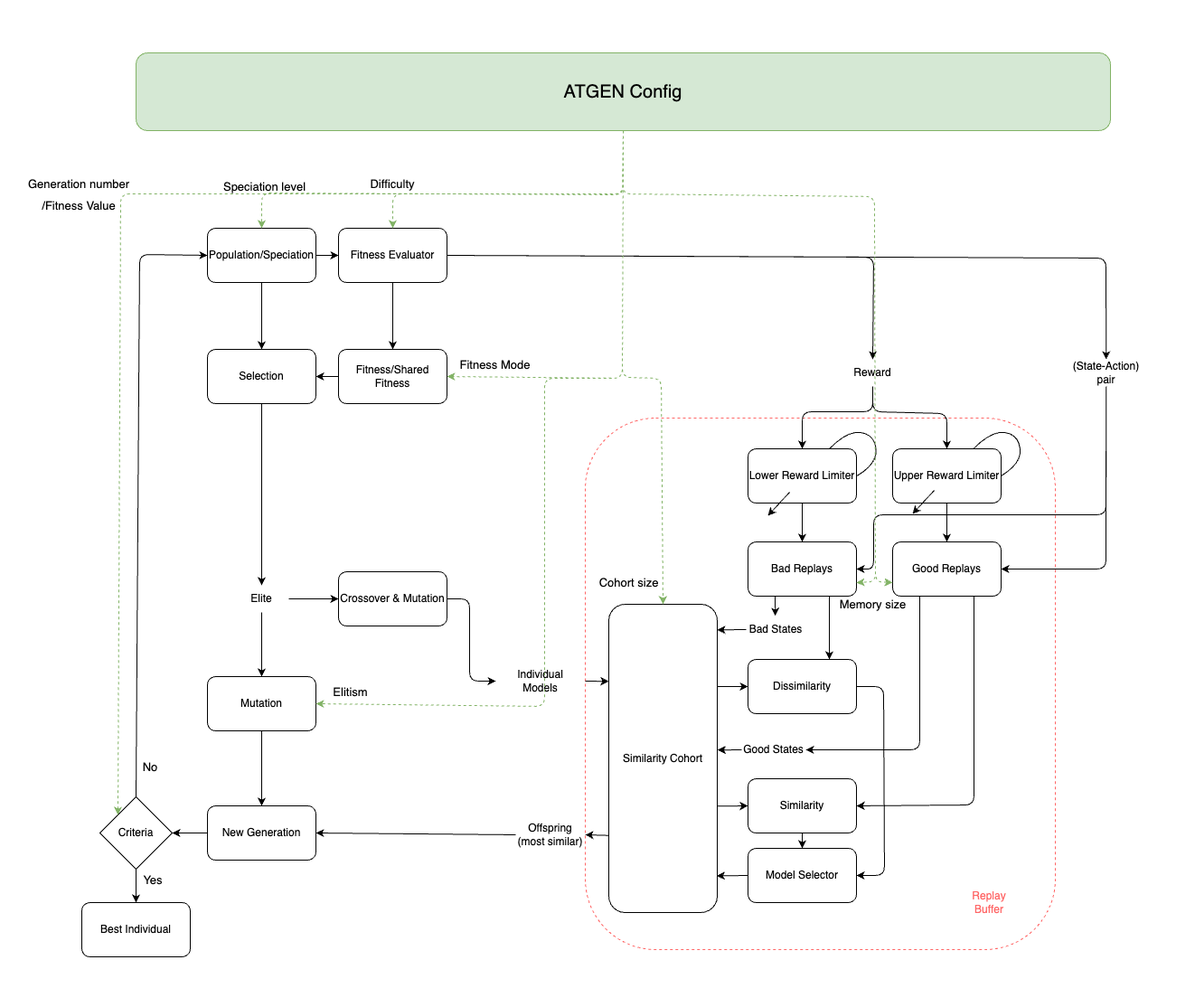
This is FrameWork.png from AhmedBoin/atgen, a draw.io export, as it was before one commit. Source tidied: cells renumbered, new cells last; positions are measured from the earlier drawing's top-left corner, leaving out a move shared by most shapes.
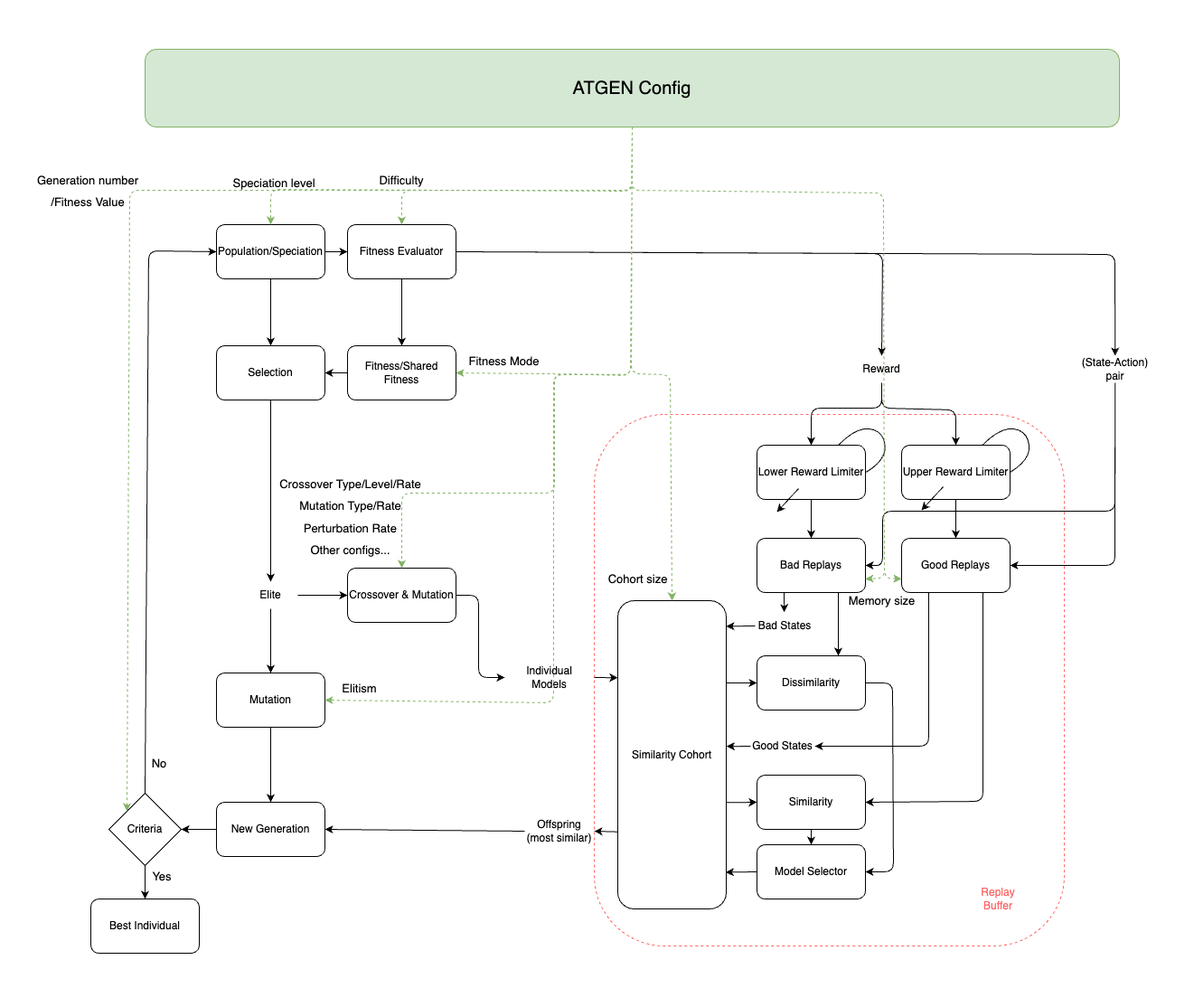
Above is the later version.

Diff of the diagram source:
```diff
@@ -2,6 +2,9 @@
   <root>
     <mxCell id="0" />
     <mxCell id="1" parent="0" />
+    <mxCell id="84" style="rounded=0;whiteSpace=wrap;html=1;dashed=1;fontSize=13;fillColor=none;strokeColor=none;" parent="1" vertex="1">
+      <mxGeometry x="-10" y="4" width="1320" height="1113" as="geometry" />
+    </mxCell>
     <mxCell id="2" style="rounded=1;whiteSpace=wrap;html=1;dashed=1;fillColor=none;strokeColor=#FF6666;" parent="1" vertex="1">
       <mxGeometry x="647" y="462" width="520" height="588" as="geometry" />
     </mxCell>
@@ -321,6 +324,16 @@
         </Array>
       </mxGeometry>
     </mxCell>
+    <mxCell id="85" style="edgeStyle=none;html=1;exitX=0.5;exitY=1;exitDx=0;exitDy=0;entryX=0.5;entryY=0;entryDx=0;entryDy=0;fillColor=#d5e8d4;strokeColor=#82b366;dashed=1;" parent="1" edge="1" source="71" target="53">
+      <mxGeometry relative="1" as="geometry">
+        <Array as="points">
+          <mxPoint x="687" y="419" />
+          <mxPoint x="603" y="417" />
+          <mxPoint x="603" y="549" />
+          <mxPoint x="434" y="549" />
+        </Array>
+      </mxGeometry>
+    </mxCell>
     <mxCell id="71" value="&lt;font style=&quot;font-size: 20px;&quot; color=&quot;#000000&quot;&gt;ATGEN Config&lt;/font&gt;" style="rounded=1;whiteSpace=wrap;html=1;fillColor=#d5e8d4;strokeColor=#82b366;" parent="1" vertex="1">
       <mxGeometry x="150" y="58" width="1078" height="86" as="geometry" />
     </mxCell>
@@ -360,8 +373,8 @@
     <mxCell id="83" value="&lt;font style=&quot;font-size: 13px;&quot; color=&quot;#000000&quot;&gt;Generation number&lt;br&gt;/Fitness Value&lt;br&gt;&lt;/font&gt;" style="text;html=1;fillColor=none;align=center;verticalAlign=middle;whiteSpace=wrap;rounded=0;dashed=1;fontSize=20;" parent="1" vertex="1">
       <mxGeometry x="24" y="186" width="126" height="54" as="geometry" />
     </mxCell>
-    <mxCell id="84" style="rounded=0;whiteSpace=wrap;html=1;dashed=1;fontSize=13;fillColor=none;strokeColor=none;" parent="1" vertex="1">
-      <mxGeometry width="1320" height="1113" as="geometry" />
-    </mxCell>
+    <mxCell id="86" value="&lt;font color=&quot;#000000&quot;&gt;&lt;span style=&quot;font-size: 13px;&quot;&gt;Crossover Type/Level/Rate&lt;br&gt;Mutation Type/Rate&lt;br&gt;&lt;/span&gt;&lt;/font&gt;&lt;span style=&quot;color: rgb(0, 0, 0); font-family: &amp;quot;Helvetica Neue&amp;quot;; text-align: start; background-color: initial;&quot;&gt;&lt;font style=&quot;font-size: 13px;&quot;&gt;Perturbation&lt;/font&gt;&lt;/span&gt;&lt;font color=&quot;#000000&quot;&gt;&lt;span style=&quot;font-size: 13px;&quot;&gt;&amp;nbsp;Rate&lt;br&gt;Other configs...&lt;br&gt;&lt;/span&gt;&lt;/font&gt;" style="text;html=1;fillColor=none;align=center;verticalAlign=middle;whiteSpace=wrap;rounded=0;dashed=1;fontSize=20;" parent="1" vertex="1">
+      <mxGeometry x="280" y="536" width="195" height="76" as="geometry" />
+    </mxCell>
   </root>
 </mxGraphModel>
```
